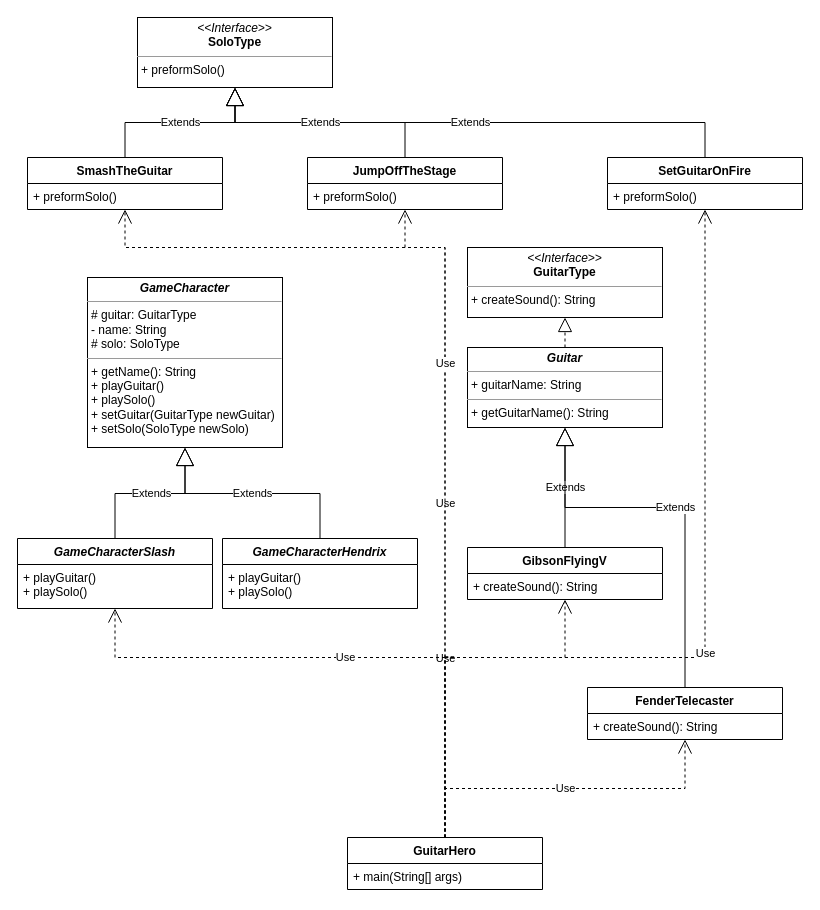
Before: Untitled Diagram.drawio in gknutson1/drawio-diagrams, a draw.io diagram. Source tidied: cells renumbered, new cells numbered last; positions are measured from the earlier drawing's top-left corner, leaving out a move shared by most shapes. Both pictures are drawn from the tidied source at 100%, with x=0, y=0 at pixel (17, 17).
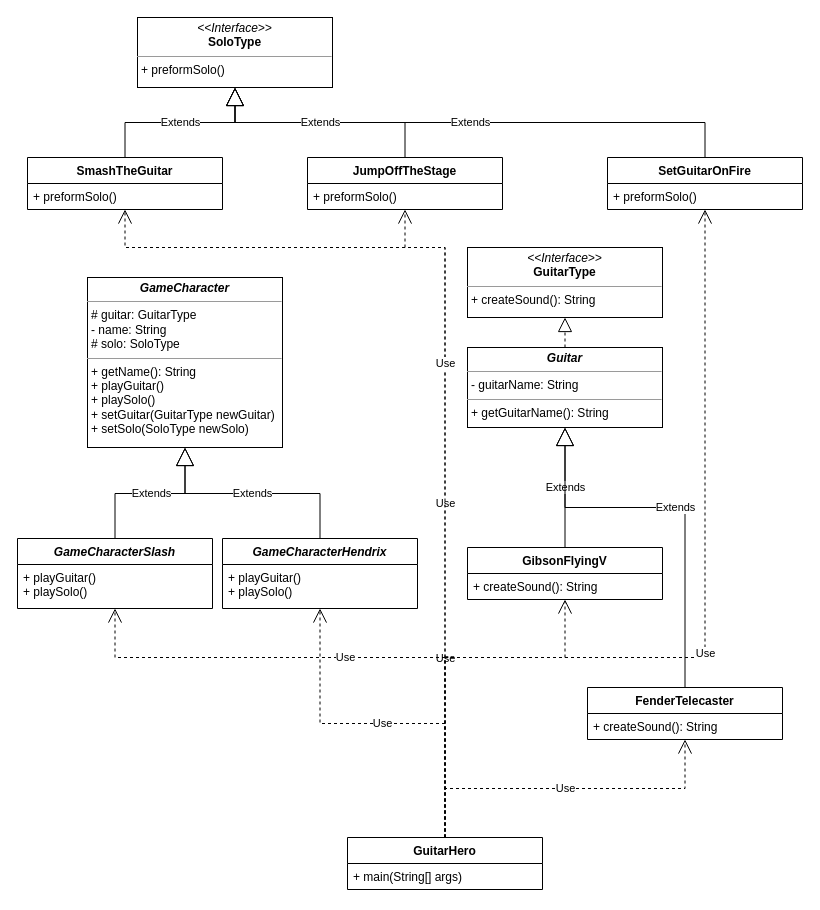
The same diagram, later.

Commit message:
final push, all complete

The change refers to these unchanged cells:
```xml
<mxCell id="7" value="GameCharacterHendrix" style="swimlane;fontStyle=3;horizontal=1;startSize=26;fillColor=none;" parent="1" vertex="1">
  <mxGeometry x="205" y="521" width="195" height="70" as="geometry" />
</mxCell>
<mxCell id="13" value="GuitarHero" style="swimlane;fontStyle=1;horizontal=1;startSize=26;fillColor=none;" parent="1" vertex="1">
  <mxGeometry x="330" y="820" width="195" height="52" as="geometry" />
</mxCell>
```

Change to the diagram source:
```diff
@@
-    <mxCell id="5" value="&lt;p style=&quot;margin: 0px ; margin-top: 4px ; text-align: center&quot;&gt;&lt;i&gt;&lt;b&gt;Guitar&lt;/b&gt;&lt;/i&gt;&lt;/p&gt;&lt;hr size=&quot;1&quot;&gt;&lt;p style=&quot;margin: 0px ; margin-left: 4px&quot;&gt;+ guitarName: String&lt;br&gt;&lt;/p&gt;&lt;hr size=&quot;1&quot;&gt;&lt;p style=&quot;margin: 0px ; margin-left: 4px&quot;&gt;+ getGuitarName(): String&lt;br&gt;&lt;/p&gt;" style="verticalAlign=top;align=left;overflow=fill;fontSize=12;fontFamily=Helvetica;html=1;" parent="1" vertex="1">
+    <mxCell id="5" value="&lt;p style=&quot;margin: 0px ; margin-top: 4px ; text-align: center&quot;&gt;&lt;i&gt;&lt;b&gt;Guitar&lt;/b&gt;&lt;/i&gt;&lt;/p&gt;&lt;hr size=&quot;1&quot;&gt;&lt;p style=&quot;margin: 0px ; margin-left: 4px&quot;&gt;- guitarName: String&lt;br&gt;&lt;/p&gt;&lt;hr size=&quot;1&quot;&gt;&lt;p style=&quot;margin: 0px ; margin-left: 4px&quot;&gt;+ getGuitarName(): String&lt;br&gt;&lt;/p&gt;" style="verticalAlign=top;align=left;overflow=fill;fontSize=12;fontFamily=Helvetica;html=1;" parent="1" vertex="1">
       <mxGeometry x="450" y="330" width="195" height="80" as="geometry" />
     </mxCell>
@@
+    <mxCell id="36" value="Use" style="endArrow=open;endSize=12;dashed=1;html=1;rounded=0;exitX=0.5;exitY=0;exitDx=0;exitDy=0;entryX=0.5;entryY=1;entryDx=0;entryDy=0;edgeStyle=elbowEdgeStyle;elbow=vertical;" parent="1" edge="1" source="13" target="7">
+      <mxGeometry relative="1" as="geometry" />
+    </mxCell>
```
